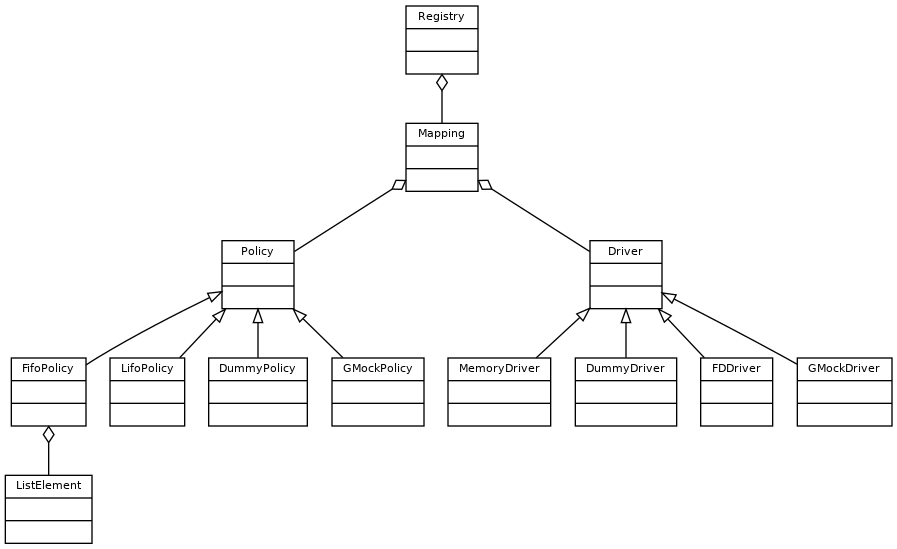
FR-GRE-BDS-HPC-SW-SAGE2-GMA/ummap-io-v2 keeps this Graphviz diagram as doc/images/uml.png. Above is the earlier version. Its source is kept beside it as doc/images/uml.dot.
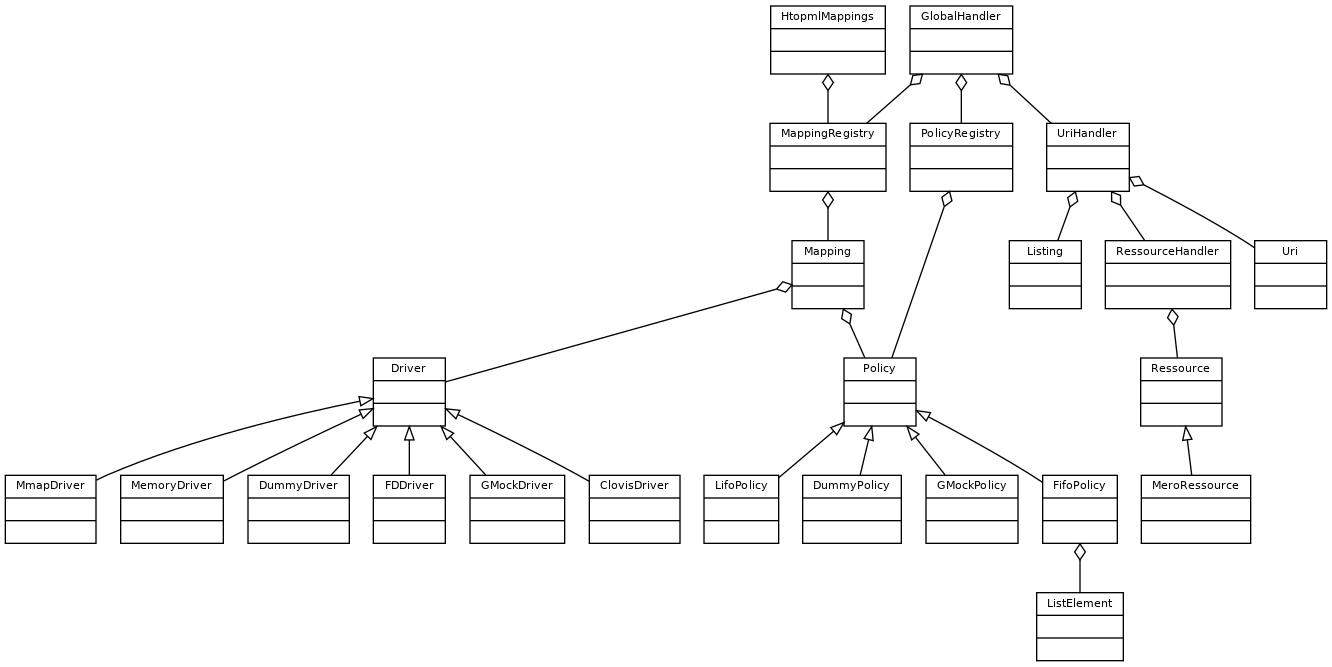
The same file after the commit.

The edit, as a diff of the source:
```diff
@@ -58,12 +58,56 @@
 		label = "{GMockDriver|\l|\l}"
 	]
 
-	Registry [
-		label = "{Registry|\l|\l}"
+	ClovisDriver [
+		label = "{ClovisDriver|\l|\l}"
+	]
+
+	MmapDriver [
+		label = "{MmapDriver|\l|\l}"
+	]
+
+	MappingRegistry [
+		label = "{MappingRegistry|\l|\l}"
 	]
 
 	ListElement [
 		label = "{ListElement|\l|\l}"
+	]
+
+	GlobalHandler [
+		label = "{GlobalHandler|\l|\l}"
+	]
+
+	PolicyRegistry [
+		label = "{PolicyRegistry|\l|\l}"
+	]
+
+	HtopmlMappings [
+		label = "{HtopmlMappings|\l|\l}"
+	]
+
+	Listing [
+		label = "{Listing|\l|\l}"
+	]
+
+	Ressource [
+		label = "{Ressource|\l|\l}"
+	]
+
+	MeroRessource [
+		label = "{MeroRessource|\l|\l}"
+	]
+
+	RessourceHandler [
+		label = "{RessourceHandler|\l|\l}"
+	]
+
+	Uri [
+		label = "{Uri|\l|\l}"
+	]
+
+	UriHandler [
+		label = "{UriHandler|\l|\l}"
 	]
 
 	Policy -> FifoPolicy
@@ -74,9 +118,21 @@
 	Driver -> FDDriver
 	Driver -> MemoryDriver
 	Driver -> GMockDriver
+	Driver -> ClovisDriver
+	Driver -> MmapDriver
+	Ressource -> MeroRessource
 
-	Mapping->Policy[arrowtail=odiamond]
-	Mapping->Driver[arrowtail=odiamond]
-	Registry -> Mapping[arrowtail=odiamond]
+	Mapping -> Policy[arrowtail=odiamond]
+	Mapping -> Driver[arrowtail=odiamond]
+	MappingRegistry -> Mapping[arrowtail=odiamond]
 	FifoPolicy -> ListElement[arrowtail=odiamond]
+	GlobalHandler -> MappingRegistry[arrowtail=odiamond]
+	GlobalHandler -> PolicyRegistry[arrowtail=odiamond]
+	GlobalHandler -> UriHandler[arrowtail=odiamond]
+	UriHandler -> RessourceHandler[arrowtail=odiamond]
+	UriHandler -> Listing[arrowtail=odiamond]
+	UriHandler -> Uri[arrowtail=odiamond]
+	PolicyRegistry -> Policy[arrowtail=odiamond]
+	HtopmlMappings -> MappingRegistry[arrowtail=odiamond]
+	RessourceHandler -> Ressource[arrowtail=odiamond]
 }
```
